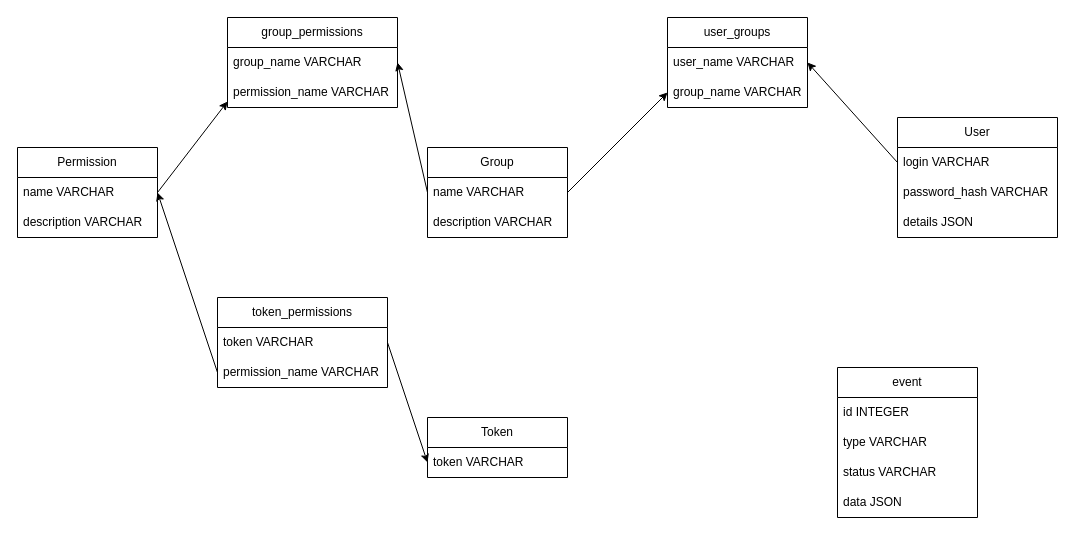
Before: docs/structure.drawio in Baguuc/authoric, a draw.io diagram. Source tidied: cells renumbered, new cells numbered last; positions are measured from the earlier drawing's top-left corner, leaving out a move shared by most shapes. Both pictures are drawn from the tidied source at 100%, with x=0, y=0 at pixel (17, 17).
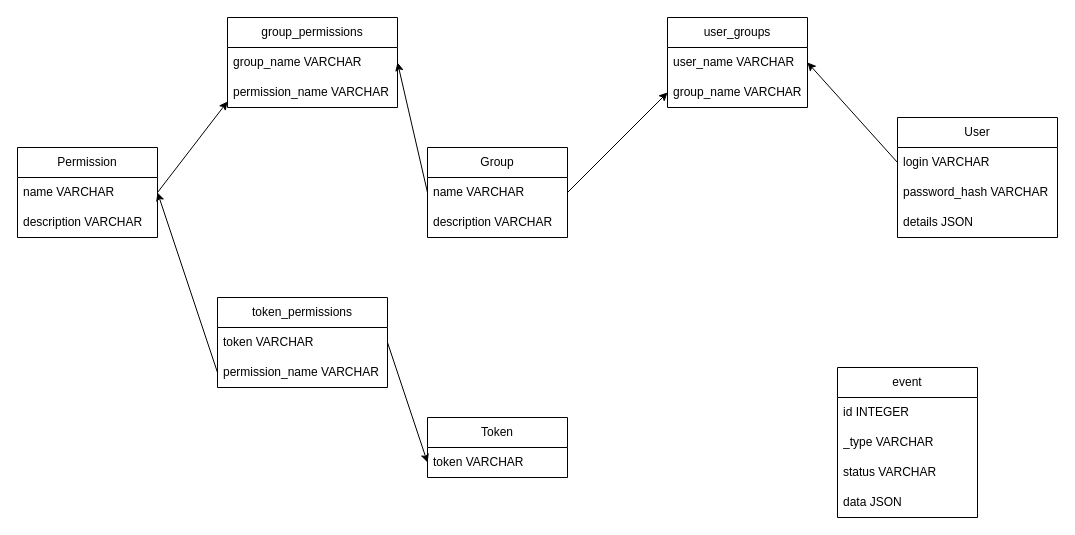
After the change.

Unchanged cells that the change refers to:
```xml
<mxCell id="29" value="event" style="swimlane;fontStyle=0;horizontal=1;startSize=30;whiteSpace=wrap;html=1;fillStyle=auto;" parent="1" vertex="1">
  <mxGeometry x="820" y="350" width="140" height="150" as="geometry" />
</mxCell>
```

Change to the diagram source:
```diff
@@
-    <mxCell id="31" value="type VARCHAR" style="text;strokeColor=none;fillColor=none;align=left;verticalAlign=middle;spacingLeft=4;spacingRight=4;overflow=hidden;whiteSpace=wrap;html=1;fillStyle=auto;" parent="29" vertex="1">
+    <mxCell id="31" value="_type VARCHAR" style="text;strokeColor=none;fillColor=none;align=left;verticalAlign=middle;spacingLeft=4;spacingRight=4;overflow=hidden;whiteSpace=wrap;html=1;fillStyle=auto;" parent="29" vertex="1">
       <mxGeometry y="60" width="140" height="30" as="geometry" />
     </mxCell>
```
